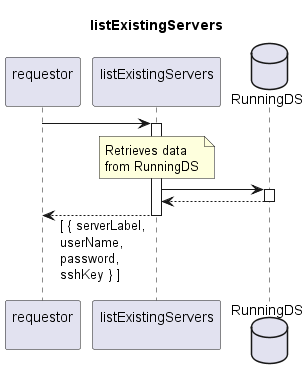
Above: spec/Services/listExistingServers/1.0.0/listExistingServers.png in openBackhaul/FirmWareManager (PlantUML), before the change.
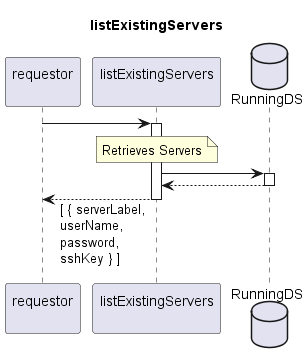
The same file after the commit.

Diff of the diagram source:
```diff
@@ -13,8 +13,7 @@
 activate indServ
 
   note over indServ
-    Retrieves data
-    from RunningDS
+    Retrieves Servers
   end note
   indServ -> RunDS
   activate RunDS
```
